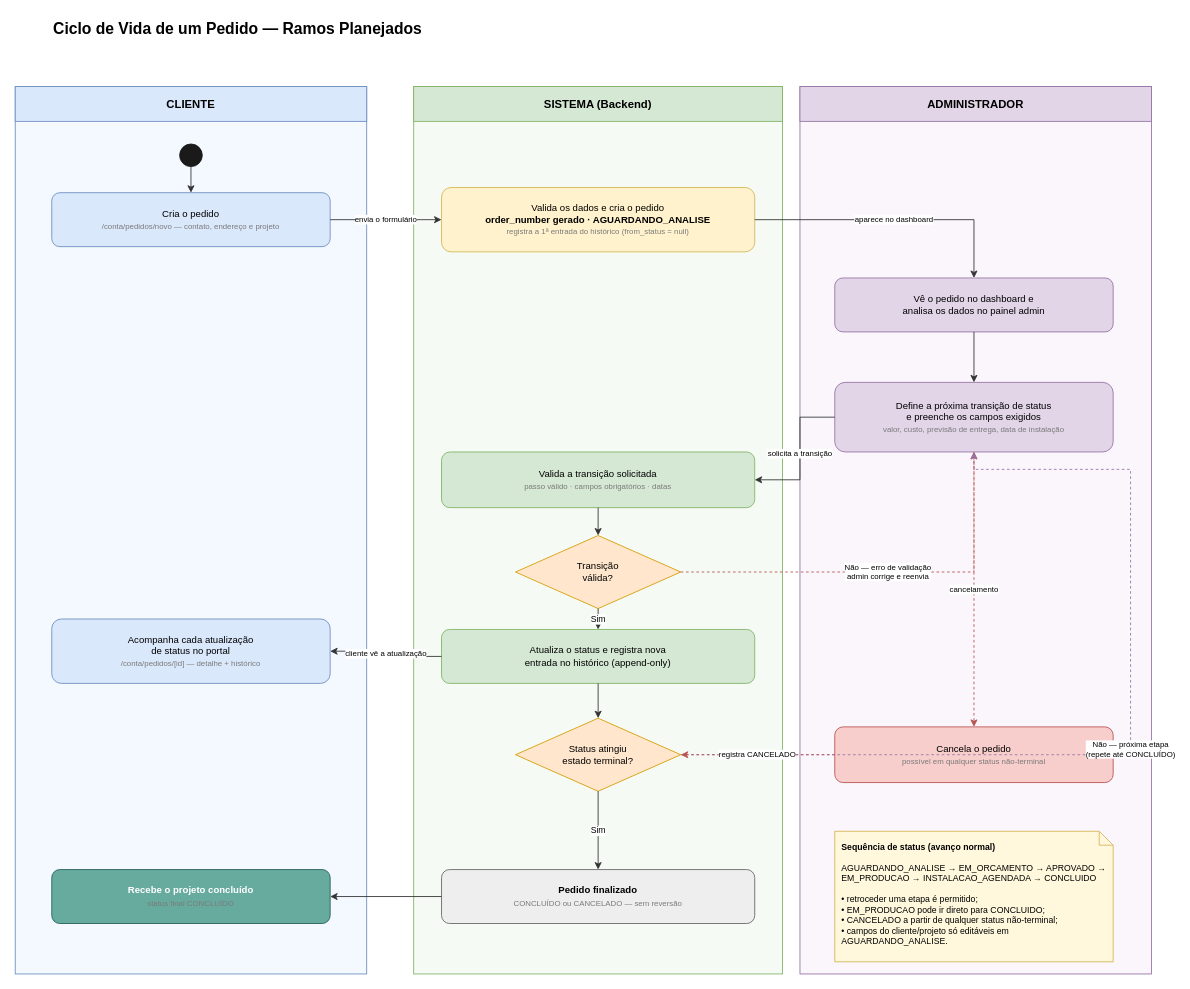
Earlier version of the draw.io diagram docs/fluxo-pedido.drawio (jgabrielflores/marcenaria-api). Source tidied: cells renumbered, new cells numbered last; positions are measured from the earlier drawing's top-left corner, leaving out a move shared by most shapes. Both pictures are drawn from the tidied source at 87%, with x=0, y=0 at pixel (15, 15).
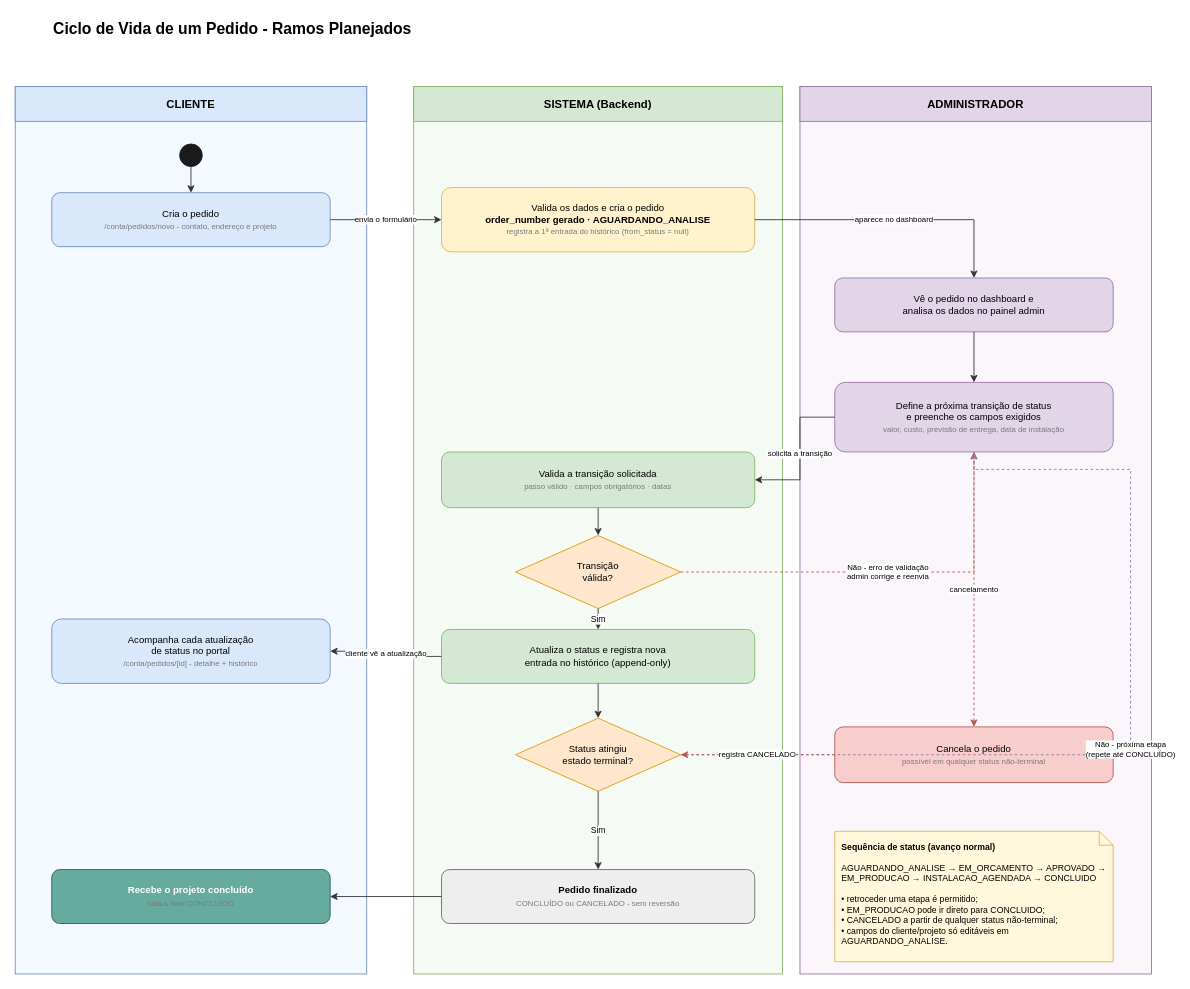
Above is the later version.

Unchanged cells that the change refers to:
```xml
<mxCell id="15" value="Transição&lt;br&gt;válida?" style="rhombus;whiteSpace=wrap;html=1;fillColor=#ffe6cc;strokeColor=#d79b00;fontSize=11;" parent="1" vertex="1">
  <mxGeometry x="575" y="598" width="190" height="84" as="geometry" />
</mxCell>
<mxCell id="17" value="Status atingiu&lt;br&gt;estado terminal?" style="rhombus;whiteSpace=wrap;html=1;fillColor=#ffe6cc;strokeColor=#d79b00;fontSize=11;" parent="1" vertex="1">
  <mxGeometry x="575" y="808" width="190" height="84" as="geometry" />
</mxCell>
<mxCell id="20" value="Define a próxima transição de status&lt;br&gt;e preenche os campos exigidos&lt;br&gt;&lt;span style='font-size:9px;color:#7a7a7a'&gt;valor, custo, previsão de entrega, data de instalação&lt;/span&gt;" style="rounded=1;whiteSpace=wrap;html=1;fillColor=#e1d5e7;strokeColor=#9673a6;fontSize=11;verticalAlign=middle;" parent="1" vertex="1">
  <mxGeometry x="942" y="422" width="320" height="80" as="geometry" />
</mxCell>
```

What changed in the source:
```diff
@@
-    <mxCell id="2" value="Ciclo de Vida de um Pedido — Ramos Planejados" style="text;html=1;strokeColor=none;fillColor=none;align=left;verticalAlign=middle;fontSize=18;fontStyle=1;" parent="1" vertex="1">
+    <mxCell id="2" value="Ciclo de Vida de um Pedido - Ramos Planejados" style="text;html=1;strokeColor=none;fillColor=none;align=left;verticalAlign=middle;fontSize=18;fontStyle=1;" parent="1" vertex="1">
       <mxGeometry x="42" width="660" height="32" as="geometry" />
     </mxCell>
@@
-    <mxCell id="10" value="Cria o pedido&lt;br&gt;&lt;span style='font-size:9px;color:#7a7a7a'&gt;/conta/pedidos/novo — contato, endereço e projeto&lt;/span&gt;" style="rounded=1;whiteSpace=wrap;html=1;fillColor=#dae8fc;strokeColor=#6c8ebf;fontSize=11;verticalAlign=middle;" parent="1" vertex="1">
+    <mxCell id="10" value="Cria o pedido&lt;br&gt;&lt;span style='font-size:9px;color:#7a7a7a'&gt;/conta/pedidos/novo - contato, endereço e projeto&lt;/span&gt;" style="rounded=1;whiteSpace=wrap;html=1;fillColor=#dae8fc;strokeColor=#6c8ebf;fontSize=11;verticalAlign=middle;" parent="1" vertex="1">
       <mxGeometry x="42" y="204" width="320" height="62" as="geometry" />
     </mxCell>
-    <mxCell id="11" value="Acompanha cada atualização&lt;br&gt;de status no portal&lt;br&gt;&lt;span style='font-size:9px;color:#7a7a7a'&gt;/conta/pedidos/[id] — detalhe + histórico&lt;/span&gt;" style="rounded=1;whiteSpace=wrap;html=1;fillColor=#dae8fc;strokeColor=#6c8ebf;fontSize=11;verticalAlign=middle;" parent="1" vertex="1">
+    <mxCell id="11" value="Acompanha cada atualização&lt;br&gt;de status no portal&lt;br&gt;&lt;span style='font-size:9px;color:#7a7a7a'&gt;/conta/pedidos/[id] - detalhe + histórico&lt;/span&gt;" style="rounded=1;whiteSpace=wrap;html=1;fillColor=#dae8fc;strokeColor=#6c8ebf;fontSize=11;verticalAlign=middle;" parent="1" vertex="1">
       <mxGeometry x="42" y="694" width="320" height="74" as="geometry" />
     </mxCell>
@@
-    <mxCell id="18" value="&lt;b&gt;Pedido finalizado&lt;/b&gt;&lt;br&gt;&lt;span style='font-size:9px;color:#7a7a7a'&gt;CONCLUÍDO ou CANCELADO — sem reversão&lt;/span&gt;" style="rounded=1;whiteSpace=wrap;html=1;fillColor=#eeeeee;strokeColor=#666666;fontSize=11;verticalAlign=middle;" parent="1" vertex="1">
+    <mxCell id="18" value="&lt;b&gt;Pedido finalizado&lt;/b&gt;&lt;br&gt;&lt;span style='font-size:9px;color:#7a7a7a'&gt;CONCLUÍDO ou CANCELADO - sem reversão&lt;/span&gt;" style="rounded=1;whiteSpace=wrap;html=1;fillColor=#eeeeee;strokeColor=#666666;fontSize=11;verticalAlign=middle;" parent="1" vertex="1">
       <mxGeometry x="490" y="982" width="360" height="62" as="geometry" />
     </mxCell>
@@
-    <mxCell id="28" value="Não — erro de validação&lt;br&gt;admin corrige e reenvia" style="edgeStyle=orthogonalEdgeStyle;rounded=0;html=1;exitX=1;exitY=0.5;entryX=0.5;entryY=1;strokeColor=#b85450;dashed=1;fontSize=9;" parent="1" edge="1" source="15" target="20">
+    <mxCell id="28" value="Não - erro de validação&lt;br&gt;admin corrige e reenvia" style="edgeStyle=orthogonalEdgeStyle;rounded=0;html=1;exitX=1;exitY=0.5;entryX=0.5;entryY=1;strokeColor=#b85450;dashed=1;fontSize=9;" parent="1" edge="1" source="15" target="20">
       <mxGeometry relative="1" as="geometry">
         <Array as="points">
           <mxPoint x="1102" y="640" />
         </Array>
       </mxGeometry>
     </mxCell>
@@
-    <mxCell id="32" value="Não — próxima etapa&lt;br&gt;(repete até CONCLUÍDO)" style="edgeStyle=orthogonalEdgeStyle;rounded=0;html=1;exitX=1;exitY=0.5;entryX=0.5;entryY=1;strokeColor=#9673a6;dashed=1;fontSize=9;" parent="1" edge="1" source="17" target="20">
+    <mxCell id="32" value="Não - próxima etapa&lt;br&gt;(repete até CONCLUÍDO)" style="edgeStyle=orthogonalEdgeStyle;rounded=0;html=1;exitX=1;exitY=0.5;entryX=0.5;entryY=1;strokeColor=#9673a6;dashed=1;fontSize=9;" parent="1" edge="1" source="17" target="20">
       <mxGeometry relative="1" as="geometry">
         <Array as="points">
           <mxPoint x="1282" y="850" />
           <mxPoint x="1282" y="522" />
         </Array>
       </mxGeometry>
     </mxCell>
```
